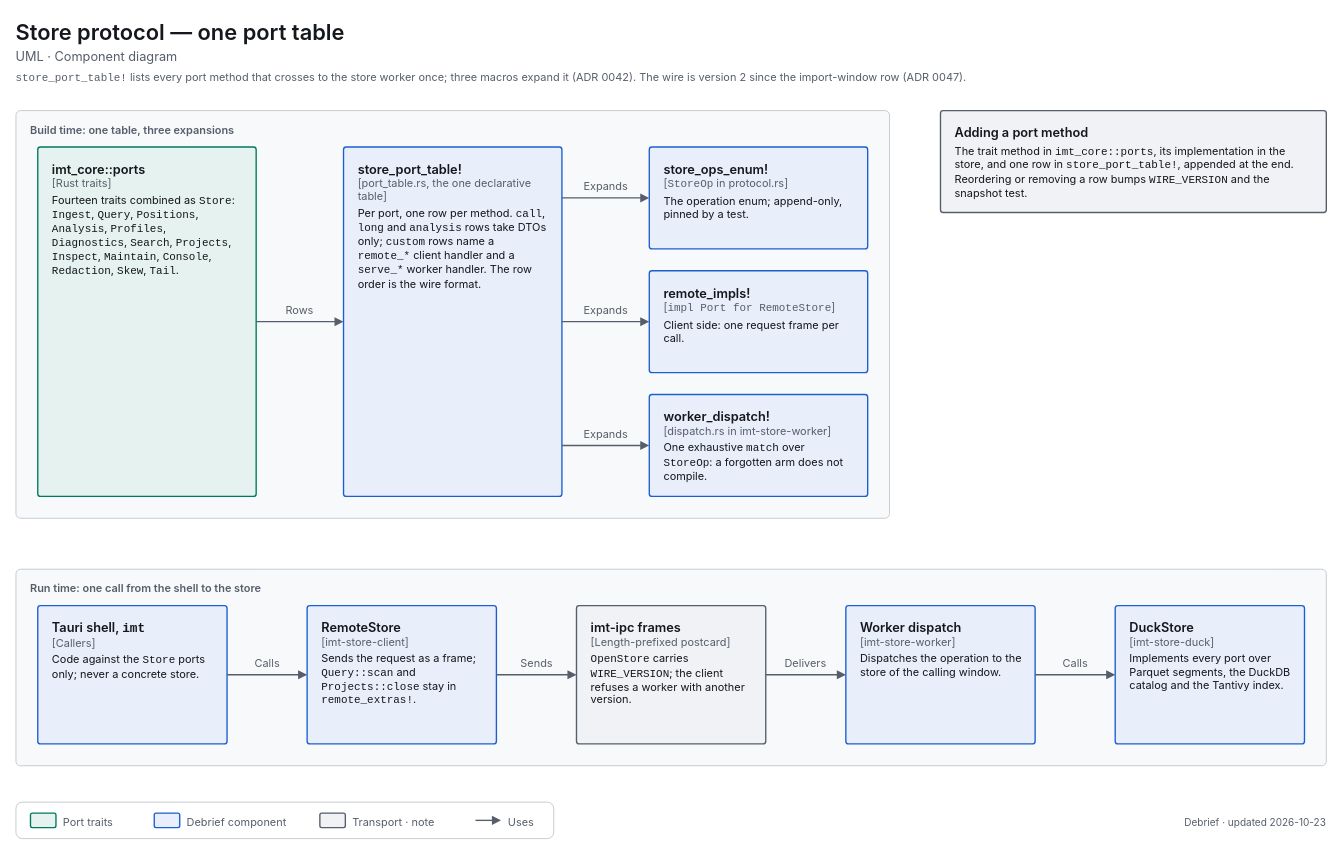
Earlier version of the draw.io diagram docs/diagrams/uml-component-store-protocol.drawio (decryp7/integrated_maintenance_tool). Source tidied: cells renumbered, new cells numbered last; positions are measured from the earlier drawing's top-left corner, leaving out a move shared by most shapes. Both pictures are drawn from the tidied source at 91%, with x=0, y=0 at pixel (15, 15).
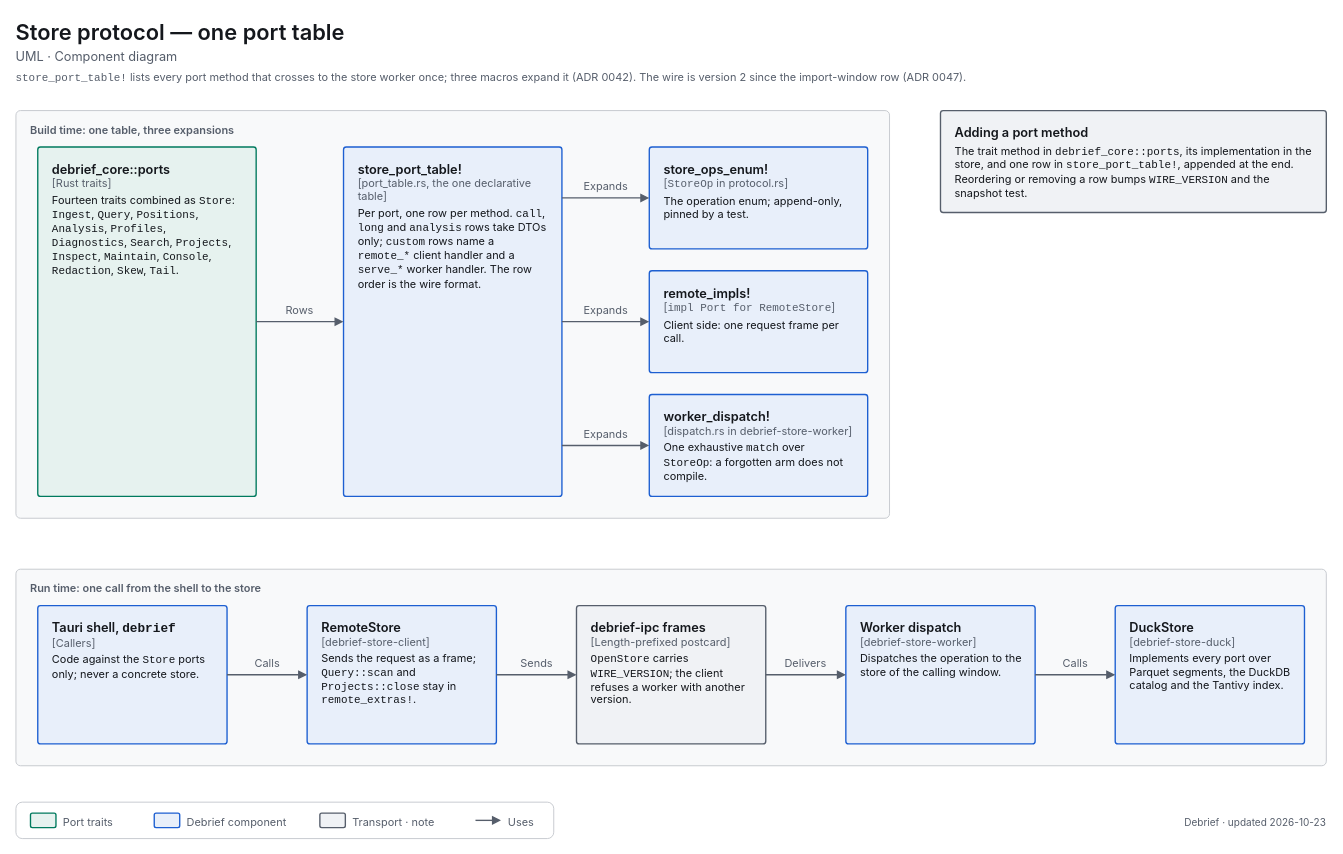
The same page after the edit.

Change to the diagram source:
```diff
@@
-    <mxCell id="6" value="&lt;span style=&quot;font-size:14px;font-weight:600&quot;&gt;imt_core::ports&lt;/span&gt;&lt;br&gt;&lt;span style=&quot;font-size:12px;color:light-dark(#565E6B,#A0A7B2)&quot;&gt;[Rust traits]&lt;/span&gt;&lt;br&gt;&lt;div style=&quot;margin-top:4px;font-size:12px&quot;&gt;Fourteen traits combined as &lt;span style=&quot;font-family:ui-monospace,SF Mono,Cascadia Mono,Consolas,monospace;white-space:nowrap&quot;&gt;Store&lt;/span&gt;: &lt;span style=&quot;font-family:ui-monospace,SF Mono,Cascadia Mono,Consolas,monospace;white-space:nowrap&quot;&gt;Ingest&lt;/span&gt;, &lt;span style=&quot;font-family:ui-monospace,SF Mono,Cascadia Mono,Consolas,monospace;white-space:nowrap&quot;&gt;Query&lt;/span&gt;, &lt;span style=&quot;font-family:ui-monospace,SF Mono,Cascadia Mono,Consolas,monospace;white-space:nowrap&quot;&gt;Positions&lt;/span&gt;, &lt;span style=&quot;font-family:ui-monospace,SF Mono,Cascadia Mono,Consolas,monospace;white-space:nowrap&quot;&gt;Analysis&lt;/span&gt;, &lt;span style=&quot;font-family:ui-monospace,SF Mono,Cascadia Mono,Consolas,monospace;white-space:nowrap&quot;&gt;Profiles&lt;/span&gt;, &lt;span style=&quot;font-family:ui-monospace,SF Mono,Cascadia Mono,Consolas,monospace;white-space:nowrap&quot;&gt;Diagnostics&lt;/span&gt;, &lt;span style=&quot;font-family:ui-monospace,SF Mono,Cascadia Mono,Consolas,monospace;white-space:nowrap&quot;&gt;Search&lt;/span&gt;, &lt;span style=&quot;font-family:ui-monospace,SF Mono,Cascadia Mono,Consolas,monospace;white-space:nowrap&quot;&gt;Projects&lt;/span&gt;, &lt;span style=&quot;font-family:ui-monospace,SF Mono,Cascadia Mono,Consolas,monospace;white-space:nowrap&quot;&gt;Inspect&lt;/span&gt;, &lt;span style=&quot;font-family:ui-monospace,SF Mono,Cascadia Mono,Consolas,monospace;white-space:nowrap&quot;&gt;Maintain&lt;/span&gt;, &lt;span style=&quot;font-family:ui-monospace,SF Mono,Cascadia Mono,Consolas,monospace;white-space:nowrap&quot;&gt;Console&lt;/span&gt;, &lt;span style=&quot;font-family:ui-monospace,SF Mono,Cascadia Mono,Consolas,monospace;white-space:nowrap&quot;&gt;Redaction&lt;/span&gt;, &lt;span style=&quot;font-family:ui-monospace,SF Mono,Cascadia Mono,Consolas,monospace;white-space:nowrap&quot;&gt;Skew&lt;/span&gt;, &lt;span style=&quot;font-family:ui-monospace,SF Mono,Cascadia Mono,Consolas,monospace;white-space:nowrap&quot;&gt;Tail&lt;/span&gt;.&lt;/div&gt;" style="html=1;whiteSpace=wrap;fontFamily=-apple-system,BlinkMacSystemFont,Segoe UI,system-ui,sans-serif;fontSize=12;fontColor=light-dark(#14171C,#ECEEF1);rounded=1;absoluteArcSize=1;arcSize=6;strokeWidth=1.5;strokeColor=light-dark(#007A5E,#2EC4A0);fillColor=light-dark(#E6F2EF,#193330);align=left;verticalAlign=top;spacingLeft=14;spacingRight=14;spacingTop=10;spacingBottom=8;" parent="1" vertex="1">
+    <mxCell id="6" value="&lt;span style=&quot;font-size:14px;font-weight:600&quot;&gt;debrief_core::ports&lt;/span&gt;&lt;br&gt;&lt;span style=&quot;font-size:12px;color:light-dark(#565E6B,#A0A7B2)&quot;&gt;[Rust traits]&lt;/span&gt;&lt;br&gt;&lt;div style=&quot;margin-top:4px;font-size:12px&quot;&gt;Fourteen traits combined as &lt;span style=&quot;font-family:ui-monospace,SF Mono,Cascadia Mono,Consolas,monospace;white-space:nowrap&quot;&gt;Store&lt;/span&gt;: &lt;span style=&quot;font-family:ui-monospace,SF Mono,Cascadia Mono,Consolas,monospace;white-space:nowrap&quot;&gt;Ingest&lt;/span&gt;, &lt;span style=&quot;font-family:ui-monospace,SF Mono,Cascadia Mono,Consolas,monospace;white-space:nowrap&quot;&gt;Query&lt;/span&gt;, &lt;span style=&quot;font-family:ui-monospace,SF Mono,Cascadia Mono,Consolas,monospace;white-space:nowrap&quot;&gt;Positions&lt;/span&gt;, &lt;span style=&quot;font-family:ui-monospace,SF Mono,Cascadia Mono,Consolas,monospace;white-space:nowrap&quot;&gt;Analysis&lt;/span&gt;, &lt;span style=&quot;font-family:ui-monospace,SF Mono,Cascadia Mono,Consolas,monospace;white-space:nowrap&quot;&gt;Profiles&lt;/span&gt;, &lt;span style=&quot;font-family:ui-monospace,SF Mono,Cascadia Mono,Consolas,monospace;white-space:nowrap&quot;&gt;Diagnostics&lt;/span&gt;, &lt;span style=&quot;font-family:ui-monospace,SF Mono,Cascadia Mono,Consolas,monospace;white-space:nowrap&quot;&gt;Search&lt;/span&gt;, &lt;span style=&quot;font-family:ui-monospace,SF Mono,Cascadia Mono,Consolas,monospace;white-space:nowrap&quot;&gt;Projects&lt;/span&gt;, &lt;span style=&quot;font-family:ui-monospace,SF Mono,Cascadia Mono,Consolas,monospace;white-space:nowrap&quot;&gt;Inspect&lt;/span&gt;, &lt;span style=&quot;font-family:ui-monospace,SF Mono,Cascadia Mono,Consolas,monospace;white-space:nowrap&quot;&gt;Maintain&lt;/span&gt;, &lt;span style=&quot;font-family:ui-monospace,SF Mono,Cascadia Mono,Consolas,monospace;white-space:nowrap&quot;&gt;Console&lt;/span&gt;, &lt;span style=&quot;font-family:ui-monospace,SF Mono,Cascadia Mono,Consolas,monospace;white-space:nowrap&quot;&gt;Redaction&lt;/span&gt;, &lt;span style=&quot;font-family:ui-monospace,SF Mono,Cascadia Mono,Consolas,monospace;white-space:nowrap&quot;&gt;Skew&lt;/span&gt;, &lt;span style=&quot;font-family:ui-monospace,SF Mono,Cascadia Mono,Consolas,monospace;white-space:nowrap&quot;&gt;Tail&lt;/span&gt;.&lt;/div&gt;" style="html=1;whiteSpace=wrap;fontFamily=-apple-system,BlinkMacSystemFont,Segoe UI,system-ui,sans-serif;fontSize=12;fontColor=light-dark(#14171C,#ECEEF1);rounded=1;absoluteArcSize=1;arcSize=6;strokeWidth=1.5;strokeColor=light-dark(#007A5E,#2EC4A0);fillColor=light-dark(#E6F2EF,#193330);align=left;verticalAlign=top;spacingLeft=14;spacingRight=14;spacingTop=10;spacingBottom=8;" parent="1" vertex="1">
       <mxGeometry x="24" y="144" width="240" height="384" as="geometry" />
     </mxCell>
@@
-    <mxCell id="10" value="&lt;span style=&quot;font-size:14px;font-weight:600&quot;&gt;worker_dispatch!&lt;/span&gt;&lt;br&gt;&lt;span style=&quot;font-size:12px;color:light-dark(#565E6B,#A0A7B2)&quot;&gt;[dispatch.rs in imt-store-worker]&lt;/span&gt;&lt;br&gt;&lt;div style=&quot;margin-top:4px;font-size:12px&quot;&gt;One exhaustive &lt;span style=&quot;font-family:ui-monospace,SF Mono,Cascadia Mono,Consolas,monospace;white-space:nowrap&quot;&gt;match&lt;/span&gt; over &lt;span style=&quot;font-family:ui-monospace,SF Mono,Cascadia Mono,Consolas,monospace;white-space:nowrap&quot;&gt;StoreOp&lt;/span&gt;: a forgotten arm does not compile.&lt;/div&gt;" style="html=1;whiteSpace=wrap;fontFamily=-apple-system,BlinkMacSystemFont,Segoe UI,system-ui,sans-serif;fontSize=12;fontColor=light-dark(#14171C,#ECEEF1);rounded=1;absoluteArcSize=1;arcSize=6;strokeWidth=1.5;strokeColor=light-dark(#1D5FD1,#5B9BFF);fillColor=light-dark(#E8EFFA,#202C3F);align=left;verticalAlign=top;spacingLeft=14;spacingRight=14;spacingTop=10;spacingBottom=8;" parent="1" vertex="1">
+    <mxCell id="10" value="&lt;span style=&quot;font-size:14px;font-weight:600&quot;&gt;worker_dispatch!&lt;/span&gt;&lt;br&gt;&lt;span style=&quot;font-size:12px;color:light-dark(#565E6B,#A0A7B2)&quot;&gt;[dispatch.rs in debrief-store-worker]&lt;/span&gt;&lt;br&gt;&lt;div style=&quot;margin-top:4px;font-size:12px&quot;&gt;One exhaustive &lt;span style=&quot;font-family:ui-monospace,SF Mono,Cascadia Mono,Consolas,monospace;white-space:nowrap&quot;&gt;match&lt;/span&gt; over &lt;span style=&quot;font-family:ui-monospace,SF Mono,Cascadia Mono,Consolas,monospace;white-space:nowrap&quot;&gt;StoreOp&lt;/span&gt;: a forgotten arm does not compile.&lt;/div&gt;" style="html=1;whiteSpace=wrap;fontFamily=-apple-system,BlinkMacSystemFont,Segoe UI,system-ui,sans-serif;fontSize=12;fontColor=light-dark(#14171C,#ECEEF1);rounded=1;absoluteArcSize=1;arcSize=6;strokeWidth=1.5;strokeColor=light-dark(#1D5FD1,#5B9BFF);fillColor=light-dark(#E8EFFA,#202C3F);align=left;verticalAlign=top;spacingLeft=14;spacingRight=14;spacingTop=10;spacingBottom=8;" parent="1" vertex="1">
       <mxGeometry x="696" y="416" width="240" height="112" as="geometry" />
     </mxCell>
@@
-    <mxCell id="20" value="&lt;span style=&quot;font-size:14px;font-weight:600&quot;&gt;Tauri shell, &lt;span style=&quot;font-family:ui-monospace,SF Mono,Cascadia Mono,Consolas,monospace;white-space:nowrap&quot;&gt;imt&lt;/span&gt;&lt;/span&gt;&lt;br&gt;&lt;span style=&quot;font-size:12px;color:light-dark(#565E6B,#A0A7B2)&quot;&gt;[Callers]&lt;/span&gt;&lt;br&gt;&lt;div style=&quot;margin-top:4px;font-size:12px&quot;&gt;Code against the &lt;span style=&quot;font-family:ui-monospace,SF Mono,Cascadia Mono,Consolas,monospace;white-space:nowrap&quot;&gt;Store&lt;/span&gt; ports only; never a concrete store.&lt;/div&gt;" style="html=1;whiteSpace=wrap;fontFamily=-apple-system,BlinkMacSystemFont,Segoe UI,system-ui,sans-serif;fontSize=12;fontColor=light-dark(#14171C,#ECEEF1);rounded=1;absoluteArcSize=1;arcSize=6;strokeWidth=1.5;strokeColor=light-dark(#1D5FD1,#5B9BFF);fillColor=light-dark(#E8EFFA,#202C3F);align=left;verticalAlign=top;spacingLeft=14;spacingRight=14;spacingTop=10;spacingBottom=8;" parent="1" vertex="1">
+    <mxCell id="20" value="&lt;span style=&quot;font-size:14px;font-weight:600&quot;&gt;Tauri shell, &lt;span style=&quot;font-family:ui-monospace,SF Mono,Cascadia Mono,Consolas,monospace;white-space:nowrap&quot;&gt;debrief&lt;/span&gt;&lt;/span&gt;&lt;br&gt;&lt;span style=&quot;font-size:12px;color:light-dark(#565E6B,#A0A7B2)&quot;&gt;[Callers]&lt;/span&gt;&lt;br&gt;&lt;div style=&quot;margin-top:4px;font-size:12px&quot;&gt;Code against the &lt;span style=&quot;font-family:ui-monospace,SF Mono,Cascadia Mono,Consolas,monospace;white-space:nowrap&quot;&gt;Store&lt;/span&gt; ports only; never a concrete store.&lt;/div&gt;" style="html=1;whiteSpace=wrap;fontFamily=-apple-system,BlinkMacSystemFont,Segoe UI,system-ui,sans-serif;fontSize=12;fontColor=light-dark(#14171C,#ECEEF1);rounded=1;absoluteArcSize=1;arcSize=6;strokeWidth=1.5;strokeColor=light-dark(#1D5FD1,#5B9BFF);fillColor=light-dark(#E8EFFA,#202C3F);align=left;verticalAlign=top;spacingLeft=14;spacingRight=14;spacingTop=10;spacingBottom=8;" parent="1" vertex="1">
       <mxGeometry x="24" y="648" width="208" height="152" as="geometry" />
     </mxCell>
-    <mxCell id="21" value="&lt;span style=&quot;font-size:14px;font-weight:600&quot;&gt;RemoteStore&lt;/span&gt;&lt;br&gt;&lt;span style=&quot;font-size:12px;color:light-dark(#565E6B,#A0A7B2)&quot;&gt;[imt-store-client]&lt;/span&gt;&lt;br&gt;&lt;div style=&quot;margin-top:4px;font-size:12px&quot;&gt;Sends the request as a frame; &lt;span style=&quot;font-family:ui-monospace,SF Mono,Cascadia Mono,Consolas,monospace;white-space:nowrap&quot;&gt;Query::scan&lt;/span&gt; and &lt;span style=&quot;font-family:ui-monospace,SF Mono,Cascadia Mono,Consolas,monospace;white-space:nowrap&quot;&gt;Projects::close&lt;/span&gt; stay in &lt;span style=&quot;font-family:ui-monospace,SF Mono,Cascadia Mono,Consolas,monospace;white-space:nowrap&quot;&gt;remote_extras!&lt;/span&gt;.&lt;/div&gt;" style="html=1;whiteSpace=wrap;fontFamily=-apple-system,BlinkMacSystemFont,Segoe UI,system-ui,sans-serif;fontSize=12;fontColor=light-dark(#14171C,#ECEEF1);rounded=1;absoluteArcSize=1;arcSize=6;strokeWidth=1.5;strokeColor=light-dark(#1D5FD1,#5B9BFF);fillColor=light-dark(#E8EFFA,#202C3F);align=left;verticalAlign=top;spacingLeft=14;spacingRight=14;spacingTop=10;spacingBottom=8;" parent="1" vertex="1">
+    <mxCell id="21" value="&lt;span style=&quot;font-size:14px;font-weight:600&quot;&gt;RemoteStore&lt;/span&gt;&lt;br&gt;&lt;span style=&quot;font-size:12px;color:light-dark(#565E6B,#A0A7B2)&quot;&gt;[debrief-store-client]&lt;/span&gt;&lt;br&gt;&lt;div style=&quot;margin-top:4px;font-size:12px&quot;&gt;Sends the request as a frame; &lt;span style=&quot;font-family:ui-monospace,SF Mono,Cascadia Mono,Consolas,monospace;white-space:nowrap&quot;&gt;Query::scan&lt;/span&gt; and &lt;span style=&quot;font-family:ui-monospace,SF Mono,Cascadia Mono,Consolas,monospace;white-space:nowrap&quot;&gt;Projects::close&lt;/span&gt; stay in &lt;span style=&quot;font-family:ui-monospace,SF Mono,Cascadia Mono,Consolas,monospace;white-space:nowrap&quot;&gt;remote_extras!&lt;/span&gt;.&lt;/div&gt;" style="html=1;whiteSpace=wrap;fontFamily=-apple-system,BlinkMacSystemFont,Segoe UI,system-ui,sans-serif;fontSize=12;fontColor=light-dark(#14171C,#ECEEF1);rounded=1;absoluteArcSize=1;arcSize=6;strokeWidth=1.5;strokeColor=light-dark(#1D5FD1,#5B9BFF);fillColor=light-dark(#E8EFFA,#202C3F);align=left;verticalAlign=top;spacingLeft=14;spacingRight=14;spacingTop=10;spacingBottom=8;" parent="1" vertex="1">
       <mxGeometry x="320" y="648" width="208" height="152" as="geometry" />
     </mxCell>
-    <mxCell id="22" value="&lt;span style=&quot;font-size:14px;font-weight:600&quot;&gt;imt-ipc frames&lt;/span&gt;&lt;br&gt;&lt;span style=&quot;font-size:12px;color:light-dark(#565E6B,#A0A7B2)&quot;&gt;[Length-prefixed postcard]&lt;/span&gt;&lt;br&gt;&lt;div style=&quot;margin-top:4px;font-size:12px&quot;&gt;&lt;span style=&quot;font-family:ui-monospace,SF Mono,Cascadia Mono,Consolas,monospace;white-space:nowrap&quot;&gt;OpenStore&lt;/span&gt; carries &lt;span style=&quot;font-family:ui-monospace,SF Mono,Cascadia Mono,Consolas,monospace;white-space:nowrap&quot;&gt;WIRE_VERSION&lt;/span&gt;; the client refuses a worker with another version.&lt;/div&gt;" style="html=1;whiteSpace=wrap;fontFamily=-apple-system,BlinkMacSystemFont,Segoe UI,system-ui,sans-serif;fontSize=12;fontColor=light-dark(#14171C,#ECEEF1);rounded=1;absoluteArcSize=1;arcSize=6;strokeWidth=1.5;strokeColor=light-dark(#565E6B,#A0A7B2);fillColor=light-dark(#F0F2F5,#1B1E23);align=left;verticalAlign=top;spacingLeft=14;spacingRight=14;spacingTop=10;spacingBottom=8;" parent="1" vertex="1">
+    <mxCell id="22" value="&lt;span style=&quot;font-size:14px;font-weight:600&quot;&gt;debrief-ipc frames&lt;/span&gt;&lt;br&gt;&lt;span style=&quot;font-size:12px;color:light-dark(#565E6B,#A0A7B2)&quot;&gt;[Length-prefixed postcard]&lt;/span&gt;&lt;br&gt;&lt;div style=&quot;margin-top:4px;font-size:12px&quot;&gt;&lt;span style=&quot;font-family:ui-monospace,SF Mono,Cascadia Mono,Consolas,monospace;white-space:nowrap&quot;&gt;OpenStore&lt;/span&gt; carries &lt;span style=&quot;font-family:ui-monospace,SF Mono,Cascadia Mono,Consolas,monospace;white-space:nowrap&quot;&gt;WIRE_VERSION&lt;/span&gt;; the client refuses a worker with another version.&lt;/div&gt;" style="html=1;whiteSpace=wrap;fontFamily=-apple-system,BlinkMacSystemFont,Segoe UI,system-ui,sans-serif;fontSize=12;fontColor=light-dark(#14171C,#ECEEF1);rounded=1;absoluteArcSize=1;arcSize=6;strokeWidth=1.5;strokeColor=light-dark(#565E6B,#A0A7B2);fillColor=light-dark(#F0F2F5,#1B1E23);align=left;verticalAlign=top;spacingLeft=14;spacingRight=14;spacingTop=10;spacingBottom=8;" parent="1" vertex="1">
       <mxGeometry x="616" y="648" width="208" height="152" as="geometry" />
     </mxCell>
-    <mxCell id="23" value="&lt;span style=&quot;font-size:14px;font-weight:600&quot;&gt;Worker dispatch&lt;/span&gt;&lt;br&gt;&lt;span style=&quot;font-size:12px;color:light-dark(#565E6B,#A0A7B2)&quot;&gt;[imt-store-worker]&lt;/span&gt;&lt;br&gt;&lt;div style=&quot;margin-top:4px;font-size:12px&quot;&gt;Dispatches the operation to the store of the calling window.&lt;/div&gt;" style="html=1;whiteSpace=wrap;fontFamily=-apple-system,BlinkMacSystemFont,Segoe UI,system-ui,sans-serif;fontSize=12;fontColor=light-dark(#14171C,#ECEEF1);rounded=1;absoluteArcSize=1;arcSize=6;strokeWidth=1.5;strokeColor=light-dark(#1D5FD1,#5B9BFF);fillColor=light-dark(#E8EFFA,#202C3F);align=left;verticalAlign=top;spacingLeft=14;spacingRight=14;spacingTop=10;spacingBottom=8;" parent="1" vertex="1">
+    <mxCell id="23" value="&lt;span style=&quot;font-size:14px;font-weight:600&quot;&gt;Worker dispatch&lt;/span&gt;&lt;br&gt;&lt;span style=&quot;font-size:12px;color:light-dark(#565E6B,#A0A7B2)&quot;&gt;[debrief-store-worker]&lt;/span&gt;&lt;br&gt;&lt;div style=&quot;margin-top:4px;font-size:12px&quot;&gt;Dispatches the operation to the store of the calling window.&lt;/div&gt;" style="html=1;whiteSpace=wrap;fontFamily=-apple-system,BlinkMacSystemFont,Segoe UI,system-ui,sans-serif;fontSize=12;fontColor=light-dark(#14171C,#ECEEF1);rounded=1;absoluteArcSize=1;arcSize=6;strokeWidth=1.5;strokeColor=light-dark(#1D5FD1,#5B9BFF);fillColor=light-dark(#E8EFFA,#202C3F);align=left;verticalAlign=top;spacingLeft=14;spacingRight=14;spacingTop=10;spacingBottom=8;" parent="1" vertex="1">
       <mxGeometry x="912" y="648" width="208" height="152" as="geometry" />
     </mxCell>
-    <mxCell id="24" value="&lt;span style=&quot;font-size:14px;font-weight:600&quot;&gt;DuckStore&lt;/span&gt;&lt;br&gt;&lt;span style=&quot;font-size:12px;color:light-dark(#565E6B,#A0A7B2)&quot;&gt;[imt-store-duck]&lt;/span&gt;&lt;br&gt;&lt;div style=&quot;margin-top:4px;font-size:12px&quot;&gt;Implements every port over Parquet segments, the DuckDB catalog and the Tantivy index.&lt;/div&gt;" style="html=1;whiteSpace=wrap;fontFamily=-apple-system,BlinkMacSystemFont,Segoe UI,system-ui,sans-serif;fontSize=12;fontColor=light-dark(#14171C,#ECEEF1);rounded=1;absoluteArcSize=1;arcSize=6;strokeWidth=1.5;strokeColor=light-dark(#1D5FD1,#5B9BFF);fillColor=light-dark(#E8EFFA,#202C3F);align=left;verticalAlign=top;spacingLeft=14;spacingRight=14;spacingTop=10;spacingBottom=8;" parent="1" vertex="1">
+    <mxCell id="24" value="&lt;span style=&quot;font-size:14px;font-weight:600&quot;&gt;DuckStore&lt;/span&gt;&lt;br&gt;&lt;span style=&quot;font-size:12px;color:light-dark(#565E6B,#A0A7B2)&quot;&gt;[debrief-store-duck]&lt;/span&gt;&lt;br&gt;&lt;div style=&quot;margin-top:4px;font-size:12px&quot;&gt;Implements every port over Parquet segments, the DuckDB catalog and the Tantivy index.&lt;/div&gt;" style="html=1;whiteSpace=wrap;fontFamily=-apple-system,BlinkMacSystemFont,Segoe UI,system-ui,sans-serif;fontSize=12;fontColor=light-dark(#14171C,#ECEEF1);rounded=1;absoluteArcSize=1;arcSize=6;strokeWidth=1.5;strokeColor=light-dark(#1D5FD1,#5B9BFF);fillColor=light-dark(#E8EFFA,#202C3F);align=left;verticalAlign=top;spacingLeft=14;spacingRight=14;spacingTop=10;spacingBottom=8;" parent="1" vertex="1">
       <mxGeometry x="1208" y="648" width="208" height="152" as="geometry" />
     </mxCell>
@@
-    <mxCell id="33" value="&lt;span style=&quot;font-size:14px;font-weight:600&quot;&gt;Adding a port method&lt;/span&gt;&lt;br&gt;&lt;div style=&quot;margin-top:4px;font-size:12px&quot;&gt;The trait method in &lt;span style=&quot;font-family:ui-monospace,SF Mono,Cascadia Mono,Consolas,monospace;white-space:nowrap&quot;&gt;imt_core::ports&lt;/span&gt;, its implementation in the store, and one row in &lt;span style=&quot;font-family:ui-monospace,SF Mono,Cascadia Mono,Consolas,monospace;white-space:nowrap&quot;&gt;store_port_table!&lt;/span&gt;, appended at the end. Reordering or removing a row bumps &lt;span style=&quot;font-family:ui-monospace,SF Mono,Cascadia Mono,Consolas,monospace;white-space:nowrap&quot;&gt;WIRE_VERSION&lt;/span&gt; and the snapshot test.&lt;/div&gt;" style="html=1;whiteSpace=wrap;fontFamily=-apple-system,BlinkMacSystemFont,Segoe UI,system-ui,sans-serif;fontSize=12;fontColor=light-dark(#14171C,#ECEEF1);rounded=1;absoluteArcSize=1;arcSize=6;strokeWidth=1.5;strokeColor=light-dark(#565E6B,#A0A7B2);fillColor=light-dark(#F0F2F5,#1B1E23);align=left;verticalAlign=top;spacingLeft=14;spacingRight=14;spacingTop=10;spacingBottom=8;" parent="1" vertex="1">
+    <mxCell id="33" value="&lt;span style=&quot;font-size:14px;font-weight:600&quot;&gt;Adding a port method&lt;/span&gt;&lt;br&gt;&lt;div style=&quot;margin-top:4px;font-size:12px&quot;&gt;The trait method in &lt;span style=&quot;font-family:ui-monospace,SF Mono,Cascadia Mono,Consolas,monospace;white-space:nowrap&quot;&gt;debrief_core::ports&lt;/span&gt;, its implementation in the store, and one row in &lt;span style=&quot;font-family:ui-monospace,SF Mono,Cascadia Mono,Consolas,monospace;white-space:nowrap&quot;&gt;store_port_table!&lt;/span&gt;, appended at the end. Reordering or removing a row bumps &lt;span style=&quot;font-family:ui-monospace,SF Mono,Cascadia Mono,Consolas,monospace;white-space:nowrap&quot;&gt;WIRE_VERSION&lt;/span&gt; and the snapshot test.&lt;/div&gt;" style="html=1;whiteSpace=wrap;fontFamily=-apple-system,BlinkMacSystemFont,Segoe UI,system-ui,sans-serif;fontSize=12;fontColor=light-dark(#14171C,#ECEEF1);rounded=1;absoluteArcSize=1;arcSize=6;strokeWidth=1.5;strokeColor=light-dark(#565E6B,#A0A7B2);fillColor=light-dark(#F0F2F5,#1B1E23);align=left;verticalAlign=top;spacingLeft=14;spacingRight=14;spacingTop=10;spacingBottom=8;" parent="1" vertex="1">
       <mxGeometry x="1016" y="104" width="424" height="112" as="geometry" />
     </mxCell>
```
